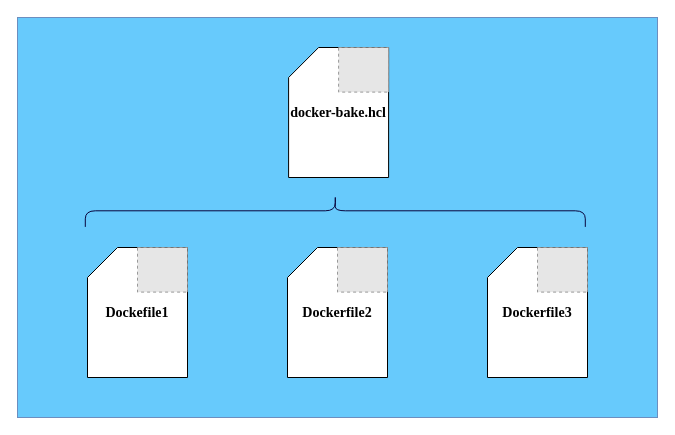
The draw.io diagram docker-buildx-bake-one-layer.drawio in YanshanSong/draw.io, before the edit. Source tidied: cells renumbered, new cells numbered last; positions are measured from the earlier drawing's top-left corner, leaving out a move shared by most shapes. Both pictures are drawn from the tidied source at 100%, with x=0, y=0 at pixel (17, -40). Pictures stored in the file or linked from it are replaced by grey dashed boxes.
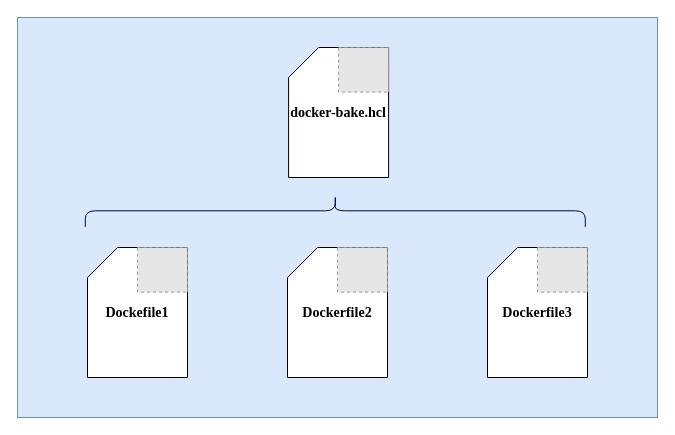
The same diagram, later.

The edit, as a diff of the source:
```diff
@@
 <mxGraphModel>
   <root>
     <mxCell id="0" />
     <mxCell id="1" parent="0" />
-    <mxCell id="2" style="rounded=0;whiteSpace=wrap;html=1;fillColor=#67CAFC;strokeColor=#6c8ebf;" parent="1" vertex="1">
+    <mxCell id="2" style="rounded=0;whiteSpace=wrap;html=1;fillColor=#dae8fc;strokeColor=#6c8ebf;" parent="1" vertex="1">
       <mxGeometry y="57" width="640" height="400" as="geometry" />
     </mxCell>
     <mxCell id="3" style="shape=curlyBracket;whiteSpace=wrap;html=1;rounded=1;flipH=1;fontFamily=Times New Roman;rotation=-90;fillColor=#f9f7ed;strokeColor=#09053D;" parent="1" vertex="1">
       <mxGeometry x="301.7" y="0.3" width="32.2" height="500" as="geometry" />
     </mxCell>
     <mxCell id="4" style="group;" parent="1" vertex="1">
       <mxGeometry x="271.1" y="87" width="100" height="130" as="geometry" />
     </mxCell>
     <mxCell id="5" value="&lt;h3&gt;&lt;font face=&quot;Times New Roman&quot;&gt;docker-bake.hcl&lt;/font&gt;&lt;/h3&gt;" style="shape=card;whiteSpace=wrap;html=1;" parent="4" vertex="1">
       <mxGeometry width="100" height="130" as="geometry" />
     </mxCell>
     <mxCell id="6" style="fillColor=#E6E6E6;strokeColor=#999999;dashed=1;verticalLabelPosition=bottom;labelBackgroundColor=default;verticalAlign=top;" parent="4" vertex="1">
       <mxGeometry x="50" width="50" height="44.6" as="geometry" />
     </mxCell>
     <mxCell id="7" style="group;" parent="1" vertex="1">
       <mxGeometry x="70" y="287" width="100" height="130" as="geometry" />
     </mxCell>
     <mxCell id="8" value="&lt;h3&gt;&lt;font face=&quot;Times New Roman&quot; style=&quot;line-height: 1.2&quot;&gt;Dockefile1&lt;/font&gt;&lt;/h3&gt;" style="shape=card;whiteSpace=wrap;html=1;" parent="7" vertex="1">
       <mxGeometry width="100" height="130" as="geometry" />
     </mxCell>
     <mxCell id="9" style="fillColor=#E6E6E6;strokeColor=#999999;dashed=1;verticalLabelPosition=bottom;labelBackgroundColor=default;verticalAlign=top;" parent="7" vertex="1">
       <mxGeometry x="50" width="50" height="44.6" as="geometry" />
     </mxCell>
     <mxCell id="10" style="group;" parent="1" vertex="1">
       <mxGeometry x="270" y="287" width="100" height="130" as="geometry" />
     </mxCell>
     <mxCell id="11" value="&lt;h3&gt;&lt;font face=&quot;Times New Roman&quot;&gt;Dockerfile2&lt;/font&gt;&lt;/h3&gt;" style="shape=card;whiteSpace=wrap;html=1;" parent="10" vertex="1">
       <mxGeometry width="100" height="130" as="geometry" />
     </mxCell>
     <mxCell id="12" style="fillColor=#E6E6E6;strokeColor=#999999;dashed=1;verticalLabelPosition=bottom;labelBackgroundColor=default;verticalAlign=top;" parent="10" vertex="1">
       <mxGeometry x="50" width="50" height="44.6" as="geometry" />
     </mxCell>
     <mxCell id="13" style="group;" parent="1" vertex="1">
       <mxGeometry x="470" y="287" width="100" height="130" as="geometry" />
     </mxCell>
     <mxCell id="14" value="&lt;h3&gt;&lt;font face=&quot;Times New Roman&quot;&gt;Dockerfile3&lt;/font&gt;&lt;/h3&gt;" style="shape=card;whiteSpace=wrap;html=1;" parent="13" vertex="1">
       <mxGeometry width="100" height="130" as="geometry" />
     </mxCell>
     <mxCell id="15" style="fillColor=#E6E6E6;strokeColor=#999999;dashed=1;verticalLabelPosition=bottom;labelBackgroundColor=default;verticalAlign=top;" parent="13" vertex="1">
       <mxGeometry x="50" width="50" height="44.6" as="geometry" />
     </mxCell>
   </root>
 </mxGraphModel>
```
